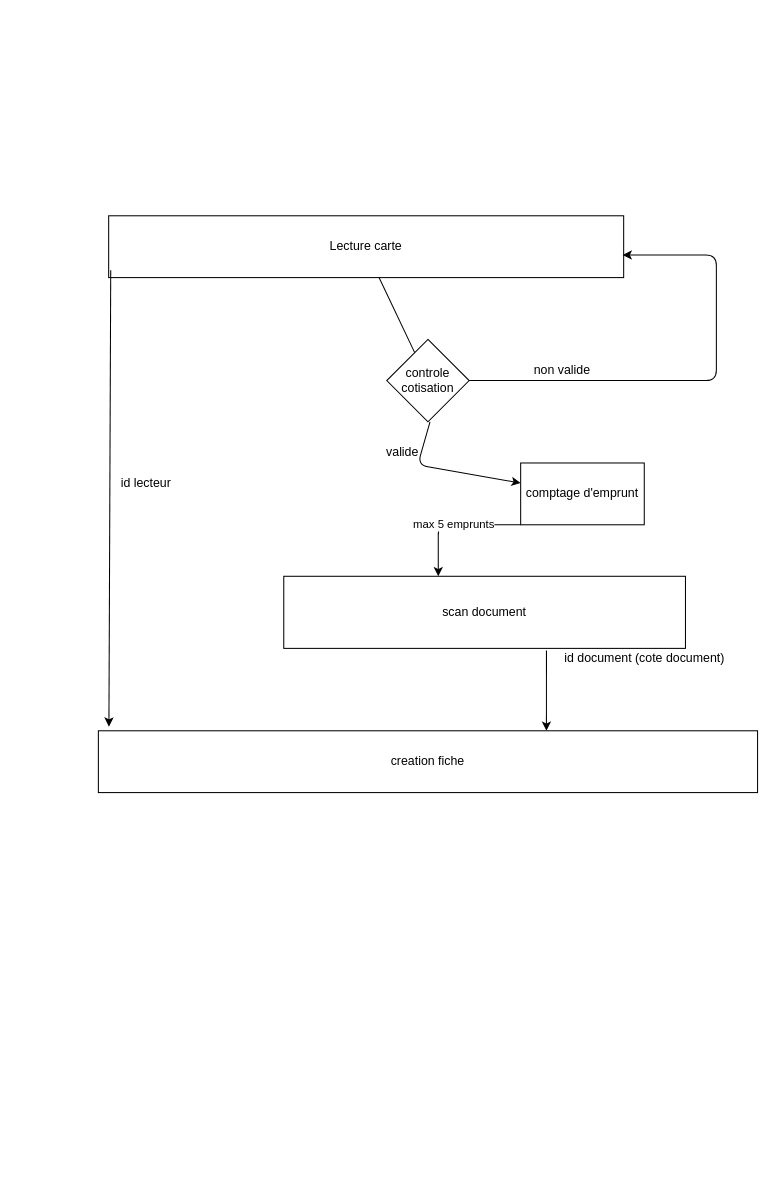
Above: maquetter_une_application/UML_Partie_1/phase_4/diagramme_prêt_activité_systéme.drawio in Rustam0-0/cda (draw.io), before the change. Source tidied: cells renumbered, new cells numbered last; positions are measured from the earlier drawing's top-left corner, leaving out a move shared by most shapes. Both pictures are drawn from the tidied source at 103%, with x=0, y=0 at pixel (98, 215).
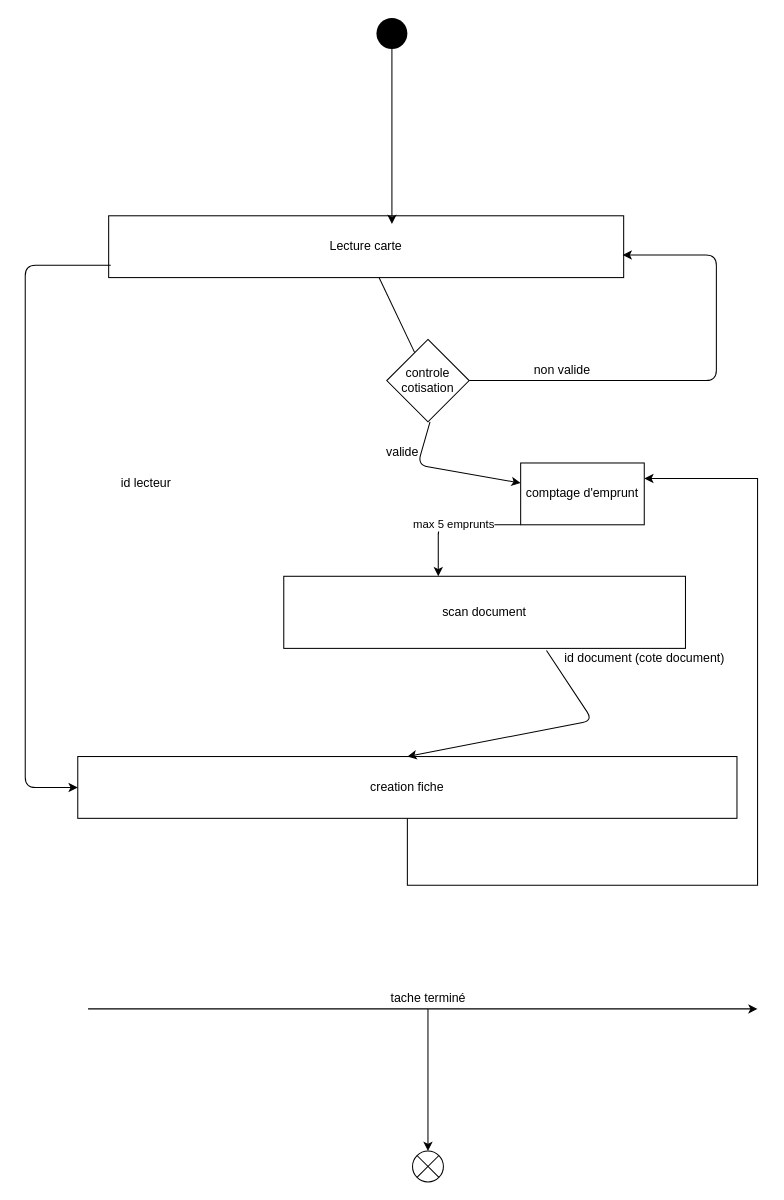
After the change.

Commit message:
mise à jour exo

The change refers to these unchanged cells:
```xml
<mxCell id="2" value="Lecture carte" style="rounded=0;whiteSpace=wrap;html=1;" parent="1" vertex="1">
  <mxGeometry x="10" width="500" height="60" as="geometry" />
</mxCell>
<mxCell id="9" value="scan document" style="rounded=0;whiteSpace=wrap;html=1;" parent="1" vertex="1">
  <mxGeometry x="180" y="350" width="390" height="70" as="geometry" />
</mxCell>
<mxCell id="15" value="comptage d'emprunt" style="rounded=0;whiteSpace=wrap;html=1;" parent="1" vertex="1">
  <mxGeometry x="410" y="240" width="120" height="60" as="geometry" />
</mxCell>
```

The edit, as a diff of the source:
```diff
@@
+    <mxCell id="17" style="edgeStyle=orthogonalEdgeStyle;rounded=0;jettySize=auto;html=1;entryX=1;entryY=0.25;entryDx=0;entryDy=0;" parent="1" edge="1" source="10" target="15">
+      <mxGeometry relative="1" as="geometry">
+        <Array as="points">
+          <mxPoint x="300" y="650" />
+          <mxPoint x="640" y="650" />
+          <mxPoint x="640" y="255" />
+        </Array>
+      </mxGeometry>
+    </mxCell>
     <mxCell id="10" value="creation fiche" style="rounded=0;whiteSpace=wrap;html=1;" parent="1" vertex="1">
-      <mxGeometry y="500" width="640" height="60" as="geometry" />
+      <mxGeometry x="-20" y="525" width="640" height="60" as="geometry" />
     </mxCell>
-    <mxCell id="11" style="endArrow=classic;html=1;exitX=0.654;exitY=1.029;exitDx=0;exitDy=0;exitPerimeter=0;" parent="1" edge="1" source="9">
+    <mxCell id="11" style="endArrow=classic;html=1;exitX=0.654;exitY=1.029;exitDx=0;exitDy=0;exitPerimeter=0;entryX=0.5;entryY=0;entryDx=0;entryDy=0;" parent="1" edge="1" source="9" target="10">
       <mxGeometry relative="1" as="geometry">
-        <mxPoint x="435" y="500" as="targetPoint" />
+        <Array as="points">
+          <mxPoint x="480" y="490" />
+        </Array>
       </mxGeometry>
     </mxCell>
@@
-    <mxCell id="13" style="endArrow=classic;html=1;exitX=0.004;exitY=0.883;exitDx=0;exitDy=0;exitPerimeter=0;entryX=0.016;entryY=-0.067;entryDx=0;entryDy=0;entryPerimeter=0;" parent="1" edge="1" source="2" target="10">
-      <mxGeometry relative="1" as="geometry" />
+    <mxCell id="13" style="endArrow=classic;html=1;entryX=0;entryY=0.5;entryDx=0;entryDy=0;" parent="1" edge="1" target="10">
+      <mxGeometry relative="1" as="geometry">
+        <mxPoint x="12" y="48" as="sourcePoint" />
+        <Array as="points">
+          <mxPoint x="-71" y="48" />
+          <mxPoint x="-71" y="555" />
+        </Array>
+      </mxGeometry>
     </mxCell>
@@
+    <mxCell id="18" style="endArrow=classic;html=1;" parent="1" edge="1">
+      <mxGeometry relative="1" as="geometry">
+        <mxPoint x="-10" y="770" as="sourcePoint" />
+        <mxPoint x="640" y="770" as="targetPoint" />
+      </mxGeometry>
+    </mxCell>
+    <mxCell id="19" style="edgeStyle=orthogonalEdgeStyle;rounded=0;jettySize=auto;html=1;" parent="1" edge="1" source="20" target="21">
+      <mxGeometry relative="1" as="geometry" />
+    </mxCell>
+    <mxCell id="20" value="tache terminé" style="text;html=1;align=center;verticalAlign=middle;points=[];strokeColor=none;" parent="1" vertex="1">
+      <mxGeometry x="275" y="750" width="90" height="20" as="geometry" />
+    </mxCell>
+    <mxCell id="21" style="shape=sumEllipse;perimeter=ellipsePerimeter;whiteSpace=wrap;html=1;backgroundOutline=1;" parent="1" vertex="1">
+      <mxGeometry x="305" y="908" width="30" height="30" as="geometry" />
+    </mxCell>
+    <mxCell id="22" style="edgeStyle=orthogonalEdgeStyle;rounded=0;jettySize=auto;html=1;entryX=0.55;entryY=0.133;entryDx=0;entryDy=0;entryPerimeter=0;" parent="1" edge="1" source="23" target="2">
+      <mxGeometry relative="1" as="geometry" />
+    </mxCell>
+    <mxCell id="23" style="ellipse;fillColor=#000000;strokeColor=none;" parent="1" vertex="1">
+      <mxGeometry x="270" y="-192" width="30" height="30" as="geometry" />
+    </mxCell>
```
